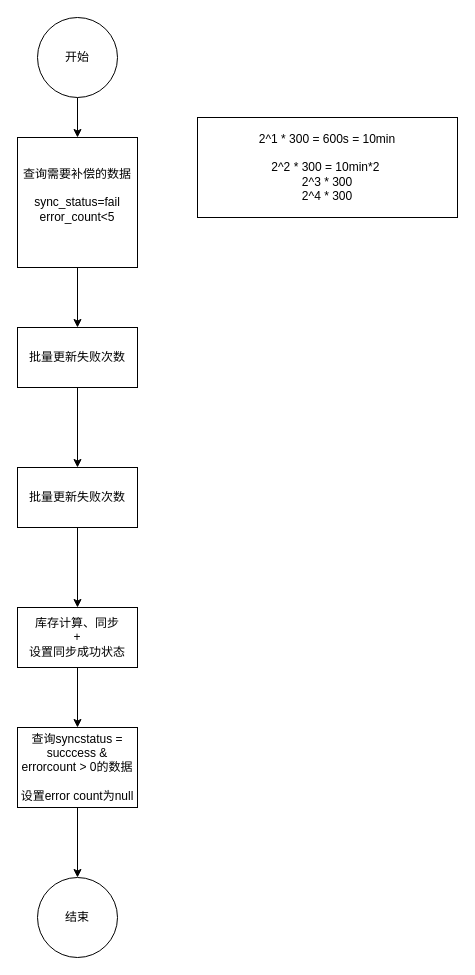
Earlier version of the draw.io diagram VF/VMID/ChannelStorageCompensationTask.drawio (yeahsyoung/diagram). Source tidied: cells renumbered, new cells numbered last; positions are measured from the earlier drawing's top-left corner, leaving out a move shared by most shapes. Both pictures are drawn from the tidied source at 100%, with x=0, y=0 at pixel (17, 17).
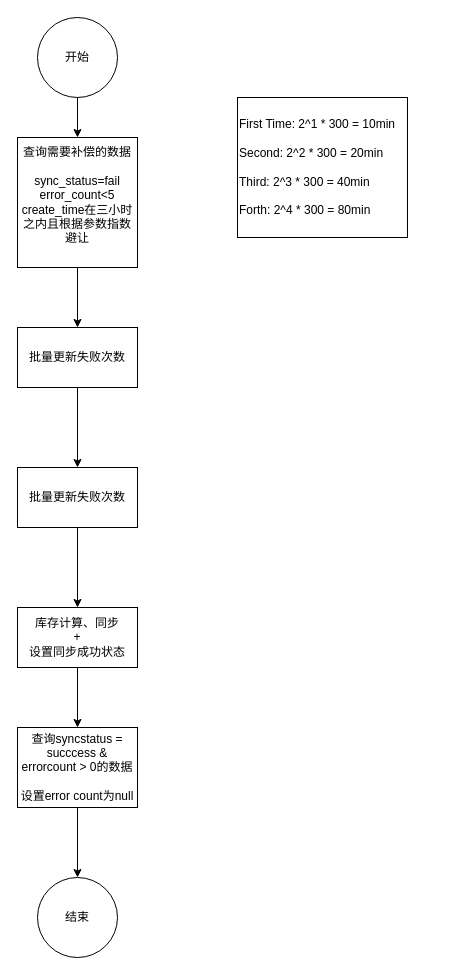
After the change.

Diff of the diagram source:
```diff
@@
 <mxGraphModel>
   <root>
     <mxCell id="0" />
     <mxCell id="1" parent="0" />
     <mxCell id="2" style="edgeStyle=orthogonalEdgeStyle;rounded=0;jettySize=auto;html=1;" parent="1" edge="1" source="3" target="5">
       <mxGeometry relative="1" as="geometry" />
     </mxCell>
     <mxCell id="3" value="开始" style="ellipse;whiteSpace=wrap;html=1;" parent="1" vertex="1">
       <mxGeometry x="20" width="80" height="80" as="geometry" />
     </mxCell>
     <mxCell id="4" style="edgeStyle=orthogonalEdgeStyle;rounded=0;jettySize=auto;html=1;" parent="1" edge="1" source="5" target="7">
       <mxGeometry relative="1" as="geometry" />
     </mxCell>
-    <mxCell id="5" value="查询需要补偿的数据&lt;div&gt;&lt;br&gt;&lt;/div&gt;&lt;div&gt;sync_status=fail&lt;/div&gt;&lt;div&gt;error_count&amp;lt;5&lt;/div&gt;&lt;div&gt;&lt;br&gt;&lt;/div&gt;" style="whiteSpace=wrap;html=1;" parent="1" vertex="1">
+    <mxCell id="5" value="查询需要补偿的数据&lt;div&gt;&lt;br&gt;&lt;/div&gt;&lt;div&gt;sync_status=fail&lt;/div&gt;&lt;div&gt;error_count&amp;lt;5&lt;/div&gt;&lt;div&gt;create_time在三小时之内且根据参数指数避让&lt;/div&gt;&lt;div&gt;&lt;br&gt;&lt;/div&gt;" style="whiteSpace=wrap;html=1;" parent="1" vertex="1">
       <mxGeometry y="120" width="120" height="130" as="geometry" />
     </mxCell>
     <mxCell id="6" style="edgeStyle=orthogonalEdgeStyle;rounded=0;jettySize=auto;html=1;" parent="1" edge="1" source="7" target="9">
       <mxGeometry relative="1" as="geometry" />
     </mxCell>
     <mxCell id="7" value="批量更新失败次数" style="whiteSpace=wrap;html=1;" parent="1" vertex="1">
       <mxGeometry y="310" width="120" height="60" as="geometry" />
     </mxCell>
     <mxCell id="8" style="edgeStyle=orthogonalEdgeStyle;rounded=0;jettySize=auto;html=1;" parent="1" edge="1" source="9" target="11">
       <mxGeometry relative="1" as="geometry" />
     </mxCell>
     <mxCell id="9" value="批量更新失败次数" style="whiteSpace=wrap;html=1;" parent="1" vertex="1">
       <mxGeometry y="450" width="120" height="60" as="geometry" />
     </mxCell>
     <mxCell id="10" style="edgeStyle=orthogonalEdgeStyle;rounded=0;jettySize=auto;html=1;" parent="1" edge="1" source="11" target="13">
       <mxGeometry relative="1" as="geometry" />
     </mxCell>
     <mxCell id="11" value="库存计算、同步&lt;div&gt;+&lt;/div&gt;&lt;div&gt;设置同步成功状态&lt;/div&gt;" style="whiteSpace=wrap;html=1;" parent="1" vertex="1">
       <mxGeometry y="590" width="120" height="60" as="geometry" />
     </mxCell>
     <mxCell id="12" style="edgeStyle=orthogonalEdgeStyle;rounded=0;jettySize=auto;html=1;" parent="1" edge="1" source="13" target="14">
       <mxGeometry relative="1" as="geometry" />
     </mxCell>
     <mxCell id="13" value="&lt;div&gt;查询syncstatus = succcess &amp;amp; errorcount &amp;gt; 0的数据&lt;/div&gt;&lt;div&gt;&lt;br&gt;&lt;/div&gt;设置error count为null" style="whiteSpace=wrap;html=1;" parent="1" vertex="1">
       <mxGeometry y="710" width="120" height="80" as="geometry" />
     </mxCell>
     <mxCell id="14" value="结束" style="ellipse;whiteSpace=wrap;html=1;" parent="1" vertex="1">
       <mxGeometry x="20" y="860" width="80" height="80" as="geometry" />
     </mxCell>
-    <mxCell id="15" value="2^1 * 300 = 600s = 10min&lt;div&gt;&lt;br&gt;&lt;div&gt;2^2 * 300 = 10min*2&amp;nbsp;&lt;/div&gt;&lt;div&gt;2^3 * 300&lt;/div&gt;&lt;div&gt;2^4 * 300&lt;/div&gt;&lt;/div&gt;" style="whiteSpace=wrap;html=1;" parent="1" vertex="1">
-      <mxGeometry x="180" y="100" width="260" height="100" as="geometry" />
+    <mxCell id="15" value="&lt;div style=&quot;&quot;&gt;&lt;span style=&quot;background-color: initial;&quot;&gt;First Time: 2^1 * 300 = 10min&lt;/span&gt;&lt;/div&gt;&lt;div&gt;&lt;br&gt;&lt;div&gt;Second: 2^2 * 300 = 20&lt;span style=&quot;background-color: initial;&quot;&gt;min&lt;/span&gt;&lt;/div&gt;&lt;div&gt;&lt;span style=&quot;background-color: initial;&quot;&gt;&lt;br&gt;&lt;/span&gt;&lt;/div&gt;&lt;div&gt;&lt;span style=&quot;background-color: initial;&quot;&gt;Third: 2^3 * 300 = 40min&lt;/span&gt;&lt;/div&gt;&lt;div&gt;&lt;span style=&quot;background-color: initial;&quot;&gt;&lt;br&gt;&lt;/span&gt;&lt;/div&gt;&lt;div&gt;Forth: 2^4 * 300 = 80min&lt;/div&gt;&lt;/div&gt;" style="whiteSpace=wrap;html=1;align=left;" parent="1" vertex="1">
+      <mxGeometry x="220" y="80" width="170" height="140" as="geometry" />
     </mxCell>
   </root>
 </mxGraphModel>
```
